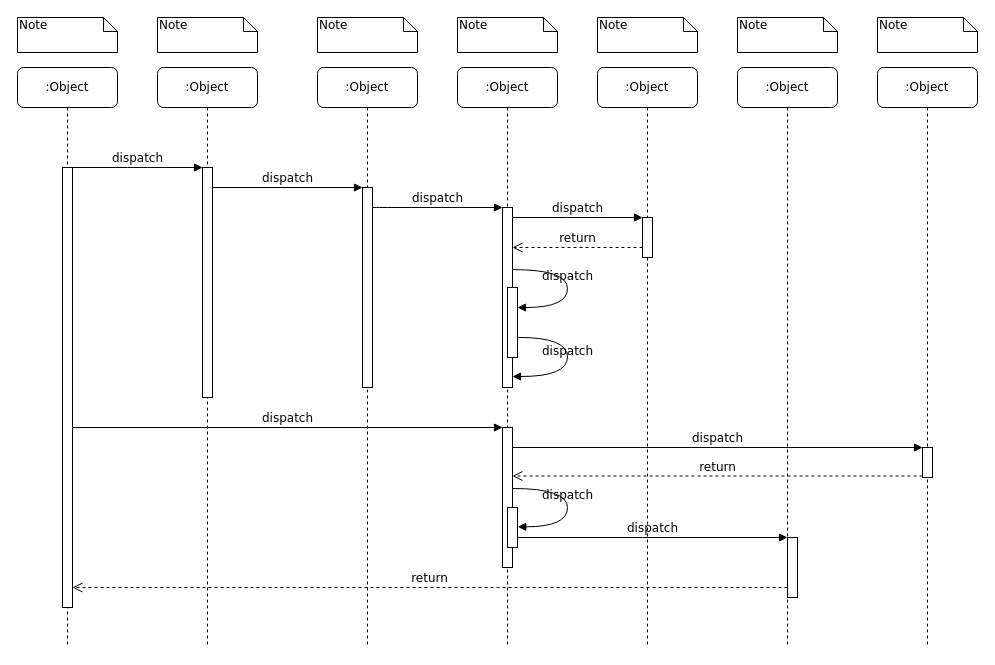
The draw.io diagram app/Untitled Diagram.drawio in SmartArvin/AmapDemo, before the edit. Source tidied: cells renumbered, new cells numbered last; positions are measured from the earlier drawing's top-left corner, leaving out a move shared by most shapes. Both pictures are drawn from the tidied source at 100%, with x=0, y=0 at pixel (17, 17).
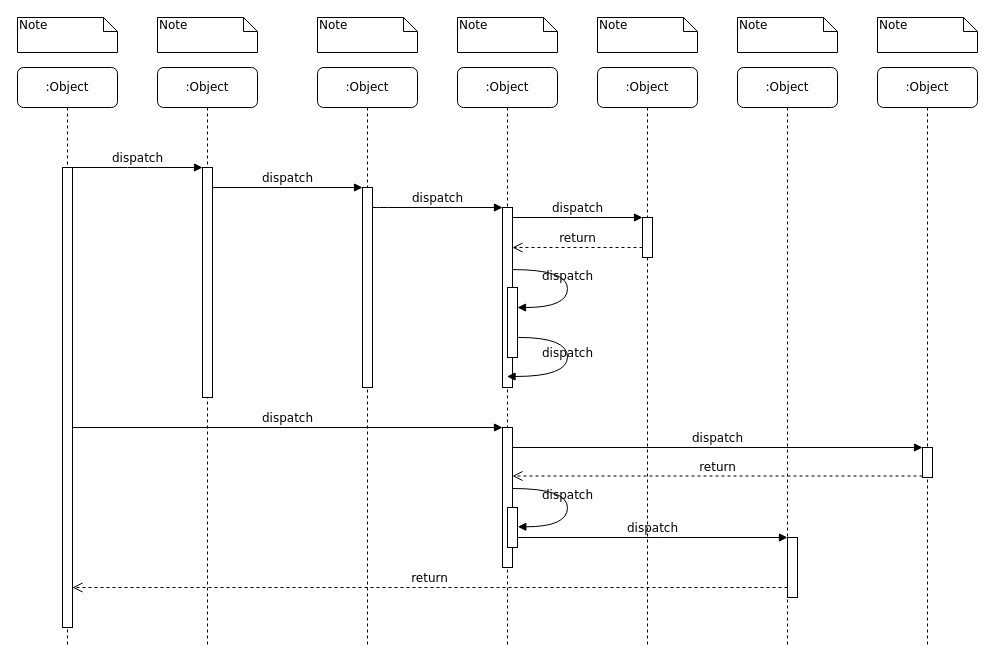
The same page after the edit.

The change refers to these unchanged cells:
```xml
<mxCell id="6" value=":Object" style="shape=umlLifeline;perimeter=lifelinePerimeter;whiteSpace=wrap;html=1;outlineConnect=0;rounded=1;shadow=0;comic=0;labelBackgroundColor=none;strokeWidth=1;fontFamily=Verdana;fontSize=12;align=center;" parent="1" vertex="1">
  <mxGeometry x="440" y="50" width="100" height="580" as="geometry" />
</mxCell>
<mxCell id="10" value=":Object" style="shape=umlLifeline;perimeter=lifelinePerimeter;whiteSpace=wrap;html=1;rounded=1;shadow=0;comic=0;labelBackgroundColor=none;strokeWidth=1;fontFamily=Verdana;fontSize=12;align=center;" parent="1" vertex="1">
  <mxGeometry y="50" width="100" height="580" as="geometry" />
</mxCell>
<mxCell id="27" style="html=1;points=[];perimeter=orthogonalPerimeter;rounded=0;shadow=0;comic=0;labelBackgroundColor=none;strokeWidth=1;fontFamily=Verdana;fontSize=12;align=center;" parent="1" vertex="1">
  <mxGeometry x="490" y="270" width="10" height="70" as="geometry" />
</mxCell>
```

What changed in the source:
```diff
@@
     <mxCell id="11" style="html=1;points=[];perimeter=orthogonalPerimeter;rounded=0;shadow=0;comic=0;labelBackgroundColor=none;strokeWidth=1;fontFamily=Verdana;fontSize=12;align=center;" parent="10" vertex="1">
-      <mxGeometry x="45" y="100" width="10" height="440" as="geometry" />
+      <mxGeometry x="45" y="100" width="10" height="460" as="geometry" />
     </mxCell>
@@
-    <mxCell id="29" value="dispatch" style="html=1;verticalAlign=bottom;endArrow=block;labelBackgroundColor=none;fontFamily=Verdana;fontSize=12;elbow=vertical;edgeStyle=orthogonalEdgeStyle;curved=1;exitX=1.066;exitY=0.713;exitPerimeter=0;" parent="1" edge="1" source="27">
+    <mxCell id="29" value="dispatch" style="html=1;verticalAlign=bottom;endArrow=block;labelBackgroundColor=none;fontFamily=Verdana;fontSize=12;elbow=vertical;edgeStyle=orthogonalEdgeStyle;curved=1;exitX=1.066;exitY=0.713;exitPerimeter=0;" parent="1" edge="1" source="27" target="6">
       <mxGeometry relative="1" as="geometry">
-        <mxPoint x="495" y="359" as="targetPoint" />
         <Array as="points">
           <mxPoint x="550" y="320" />
           <mxPoint x="550" y="359" />
         </Array>
       </mxGeometry>
     </mxCell>
```
